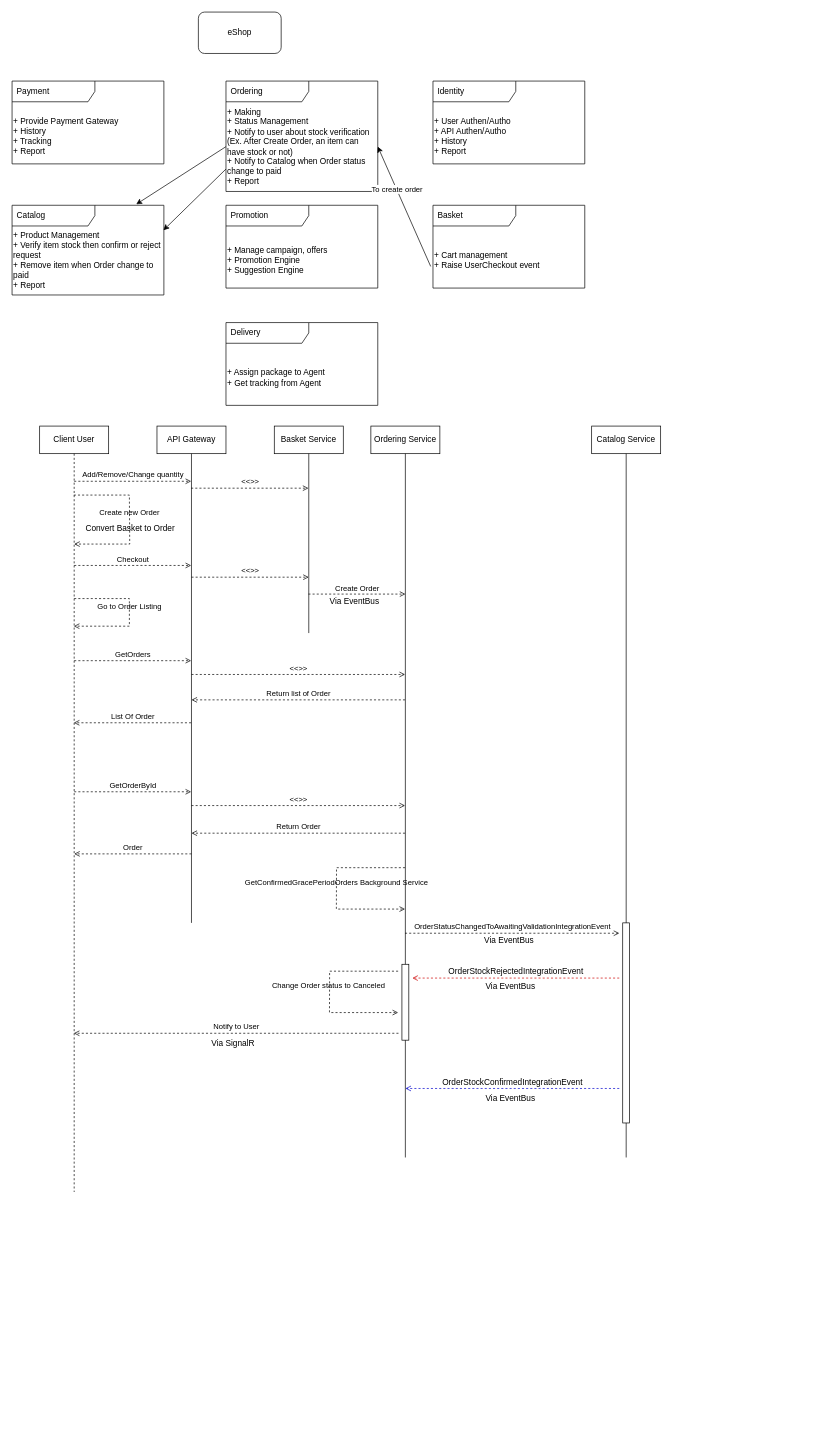
Earlier version of the draw.io diagram page "Bounded Context" (1 of 2) of documents/DomainDrivenDesign.drawio (QuyenOrion/OrionEShopOnContainers). Source tidied: cells renumbered, new cells numbered last; positions are measured from the earlier drawing's top-left corner, leaving out a move shared by most shapes. Both pictures are drawn from the tidied source at 69%, with x=0, y=0 at pixel (12, 12).
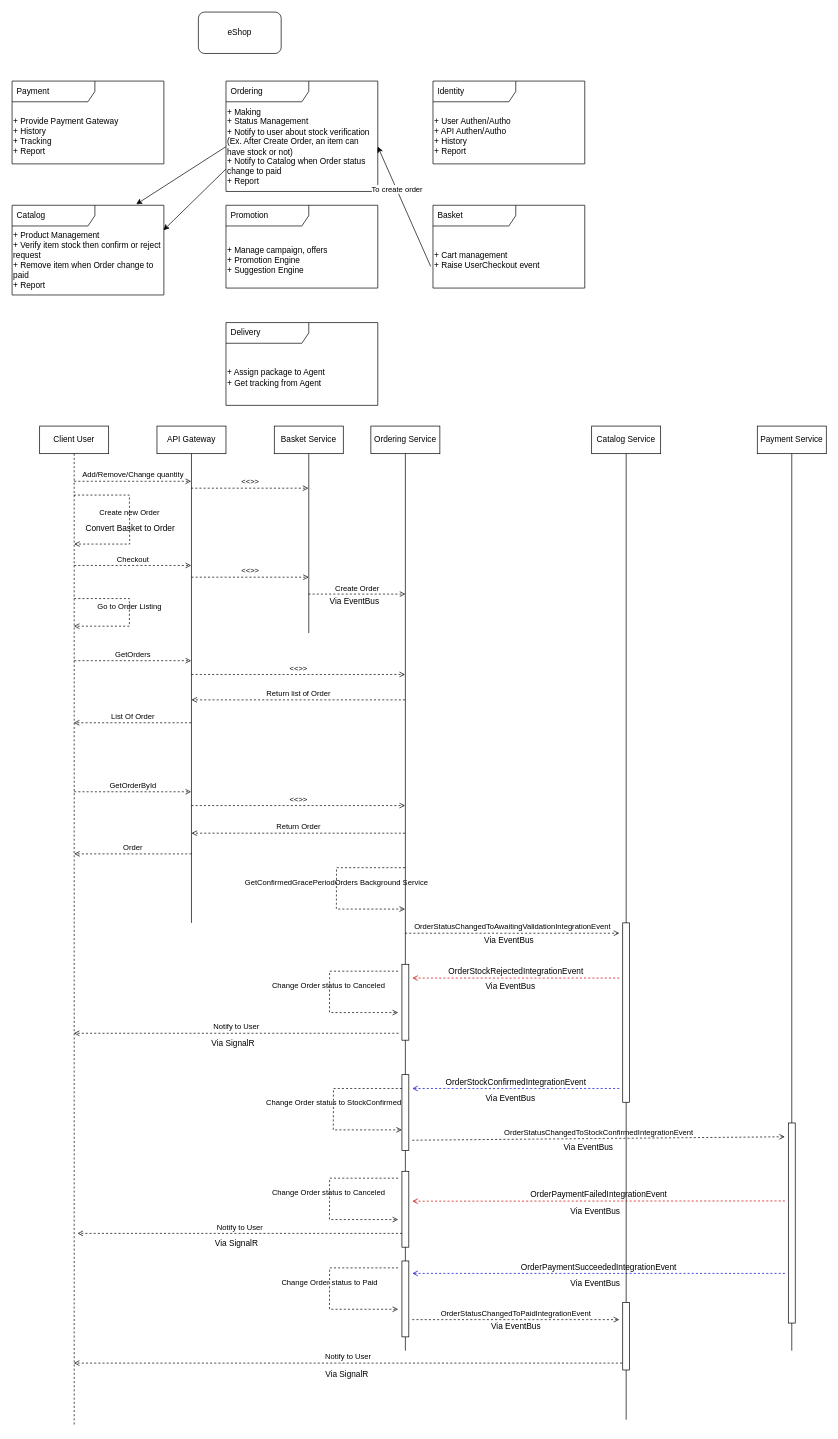
After the change.

Commit message:
Payment flow

What changed in the source:
```diff
@@
     <mxCell id="21" value="Client User" style="shape=umlLifeline;perimeter=lifelinePerimeter;whiteSpace=wrap;html=1;outlineConnect=0;" parent="1" vertex="1">
-      <mxGeometry x="40" y="600" width="100" height="1110" as="geometry" />
+      <mxGeometry x="40" y="600" width="100" height="1450" as="geometry" />
     </mxCell>
@@
     <mxCell id="28" value="Ordering Service" style="shape=umlLifeline;perimeter=lifelinePerimeter;whiteSpace=wrap;html=1;outlineConnect=0;lifelineDashed=0;" parent="1" vertex="1">
-      <mxGeometry x="520" y="600" width="100" height="1060" as="geometry" />
+      <mxGeometry x="520" y="600" width="100" height="1340" as="geometry" />
     </mxCell>
@@
+    <mxCell id="55" style="html=1;perimeter=orthogonalPerimeter;" parent="28" vertex="1">
+      <mxGeometry x="45" y="940" width="10" height="110" as="geometry" />
+    </mxCell>
+    <mxCell id="56" style="html=1;points=[];perimeter=orthogonalPerimeter;" parent="28" vertex="1">
+      <mxGeometry x="45" y="1080" width="10" height="110" as="geometry" />
+    </mxCell>
+    <mxCell id="57" value="Change Order status to Canceled&amp;nbsp;" style="endArrow=open;html=1;rounded=0;align=center;verticalAlign=bottom;dashed=1;endFill=0;labelBackgroundColor=none;" parent="28" edge="1">
+      <mxGeometry relative="1" as="geometry">
+        <mxPoint x="39.5" y="1090" as="sourcePoint" />
+        <mxPoint x="39.5" y="1150" as="targetPoint" />
+        <Array as="points">
+          <mxPoint x="-59.8" y="1090" />
+          <mxPoint x="-60" y="1150" />
+        </Array>
+      </mxGeometry>
+    </mxCell>
+    <mxCell id="58" value="Change Order status to StockConfirmed" style="endArrow=open;html=1;rounded=0;align=center;verticalAlign=bottom;dashed=1;endFill=0;labelBackgroundColor=none;" parent="28" edge="1">
+      <mxGeometry relative="1" as="geometry">
+        <mxPoint x="45" y="960" as="sourcePoint" />
+        <mxPoint x="45" y="1020" as="targetPoint" />
+        <Array as="points">
+          <mxPoint x="-54.2" y="960" />
+          <mxPoint x="-54.5" y="1020" />
+        </Array>
+      </mxGeometry>
+    </mxCell>
+    <mxCell id="59" style="html=1;perimeter=orthogonalPerimeter;" parent="28" vertex="1">
+      <mxGeometry x="45" y="1210" width="10" height="110" as="geometry" />
+    </mxCell>
+    <mxCell id="60" value="Change Order status to Paid" style="endArrow=open;html=1;rounded=0;align=center;verticalAlign=bottom;dashed=1;endFill=0;labelBackgroundColor=none;" parent="28" edge="1">
+      <mxGeometry relative="1" as="geometry">
+        <mxPoint x="39.5" y="1220" as="sourcePoint" />
+        <mxPoint x="39.5" y="1280" as="targetPoint" />
+        <Array as="points">
+          <mxPoint x="-59.8" y="1220" />
+          <mxPoint x="-60" y="1280" />
+        </Array>
+      </mxGeometry>
+    </mxCell>
@@
     <mxCell id="33" value="Catalog Service" style="shape=umlLifeline;perimeter=lifelinePerimeter;whiteSpace=wrap;html=1;lifelineDashed=0;" parent="1" vertex="1">
-      <mxGeometry x="840" y="600" width="100" height="1060" as="geometry" />
+      <mxGeometry x="840" y="600" width="100" height="1440" as="geometry" />
     </mxCell>
     <mxCell id="34" style="html=1;perimeter=orthogonalPerimeter;" parent="33" vertex="1">
-      <mxGeometry x="45" y="720" width="10" height="290" as="geometry" />
+      <mxGeometry x="45" y="720" width="10" height="260" as="geometry" />
     </mxCell>
+    <mxCell id="61" value="Via EventBus" style="text;html=1;align=center;verticalAlign=middle;strokeColor=none;fillColor=none;" parent="33" vertex="1">
+      <mxGeometry x="-55" y="1030" width="100" height="30" as="geometry" />
+    </mxCell>
+    <mxCell id="62" value="Via EventBus" style="text;html=1;align=center;verticalAlign=middle;strokeColor=none;fillColor=none;" parent="33" vertex="1">
+      <mxGeometry x="-45" y="1123" width="100" height="30" as="geometry" />
+    </mxCell>
+    <mxCell id="63" value="Via EventBus" style="text;html=1;align=center;verticalAlign=middle;strokeColor=none;fillColor=none;" parent="33" vertex="1">
+      <mxGeometry x="-45" y="1228" width="100" height="30" as="geometry" />
+    </mxCell>
+    <mxCell id="64" style="html=1;points=[];perimeter=orthogonalPerimeter;" parent="33" vertex="1">
+      <mxGeometry x="45" y="1270" width="10" height="98" as="geometry" />
+    </mxCell>
@@
-    <mxCell id="50" value="&lt;span style=&quot;font-size: 12px;&quot;&gt;OrderStockConfirmedIntegrationEvent&lt;/span&gt;" style="html=1;verticalAlign=bottom;labelBackgroundColor=none;endArrow=open;endFill=0;dashed=1;entryX=0.5;entryY=0.908;entryDx=0;entryDy=0;entryPerimeter=0;strokeColor=#0000CC;" parent="1" edge="1">
+    <mxCell id="50" value="&lt;span style=&quot;font-size: 12px;&quot;&gt;OrderStockConfirmedIntegrationEvent&lt;/span&gt;" style="html=1;verticalAlign=bottom;labelBackgroundColor=none;endArrow=open;endFill=0;dashed=1;strokeColor=#0000CC;" parent="1" edge="1">
       <mxGeometry relative="1" as="geometry">
         <mxPoint x="880" y="1560" as="sourcePoint" />
-        <mxPoint x="570" y="1560" as="targetPoint" />
+        <mxPoint x="580" y="1560" as="targetPoint" />
       </mxGeometry>
     </mxCell>
@@
+    <mxCell id="65" value="Payment Service" style="shape=umlLifeline;perimeter=lifelinePerimeter;whiteSpace=wrap;html=1;lifelineDashed=0;" parent="1" vertex="1">
+      <mxGeometry x="1080" y="600" width="100" height="1340" as="geometry" />
+    </mxCell>
+    <mxCell id="66" style="html=1;perimeter=orthogonalPerimeter;" parent="65" vertex="1">
+      <mxGeometry x="45" y="1010" width="10" height="290" as="geometry" />
+    </mxCell>
+    <mxCell id="67" value="OrderStatusChangedToStockConfirmedIntegrationEvent" style="html=1;verticalAlign=bottom;labelBackgroundColor=none;endArrow=open;endFill=0;dashed=1;" parent="1" edge="1">
+      <mxGeometry relative="1" as="geometry">
+        <mxPoint x="580" y="1635" as="sourcePoint" />
+        <mxPoint x="1120" y="1630" as="targetPoint" />
+      </mxGeometry>
+    </mxCell>
+    <mxCell id="68" value="&lt;span style=&quot;font-size: 12px;&quot;&gt;OrderPaymentFailedIntegrationEvent&lt;/span&gt;" style="html=1;verticalAlign=bottom;labelBackgroundColor=none;endArrow=open;endFill=0;dashed=1;strokeColor=#CC0000;entryX=1.5;entryY=0.394;entryDx=0;entryDy=0;entryPerimeter=0;" parent="1" edge="1" target="56">
+      <mxGeometry relative="1" as="geometry">
+        <mxPoint x="1120" y="1723" as="sourcePoint" />
+      </mxGeometry>
+    </mxCell>
+    <mxCell id="69" value="Notify to User" style="html=1;verticalAlign=bottom;labelBackgroundColor=none;endArrow=open;endFill=0;dashed=1;" parent="1" edge="1">
+      <mxGeometry relative="1" as="geometry">
+        <mxPoint x="565.2" y="1770" as="sourcePoint" />
+        <mxPoint x="94.8" y="1770" as="targetPoint" />
+      </mxGeometry>
+    </mxCell>
+    <mxCell id="70" value="Via SignalR" style="text;html=1;align=center;verticalAlign=middle;strokeColor=none;fillColor=none;" parent="1" vertex="1">
+      <mxGeometry x="280.2" y="1770" width="90" height="30" as="geometry" />
+    </mxCell>
+    <mxCell id="71" value="&lt;span style=&quot;font-size: 12px;&quot;&gt;OrderPaymentSucceededIntegrationEvent&lt;/span&gt;" style="html=1;verticalAlign=bottom;labelBackgroundColor=none;endArrow=open;endFill=0;dashed=1;strokeColor=#0000CC;" parent="1" edge="1">
+      <mxGeometry relative="1" as="geometry">
+        <mxPoint x="1120" y="1828" as="sourcePoint" />
+        <mxPoint x="580" y="1828" as="targetPoint" />
+      </mxGeometry>
+    </mxCell>
+    <mxCell id="72" value="Via EventBus" style="text;html=1;align=center;verticalAlign=middle;strokeColor=none;fillColor=none;" parent="1" vertex="1">
+      <mxGeometry x="680" y="1890" width="100" height="30" as="geometry" />
+    </mxCell>
+    <mxCell id="73" value="OrderStatusChangedToPaidIntegrationEvent" style="html=1;verticalAlign=bottom;labelBackgroundColor=none;endArrow=open;endFill=0;dashed=1;" parent="1" edge="1">
+      <mxGeometry relative="1" as="geometry">
+        <mxPoint x="580" y="1895" as="sourcePoint" />
+        <mxPoint x="880" y="1895" as="targetPoint" />
+      </mxGeometry>
+    </mxCell>
+    <mxCell id="74" value="Notify to User" style="html=1;verticalAlign=bottom;labelBackgroundColor=none;endArrow=open;endFill=0;dashed=1;exitX=-0.1;exitY=0.898;exitDx=0;exitDy=0;exitPerimeter=0;" parent="1" edge="1" source="64" target="21">
+      <mxGeometry relative="1" as="geometry" />
+    </mxCell>
+    <mxCell id="75" value="Via SignalR" style="text;html=1;align=center;verticalAlign=middle;strokeColor=none;fillColor=none;" parent="1" vertex="1">
+      <mxGeometry x="440" y="1960" width="90" height="30" as="geometry" />
+    </mxCell>
```
